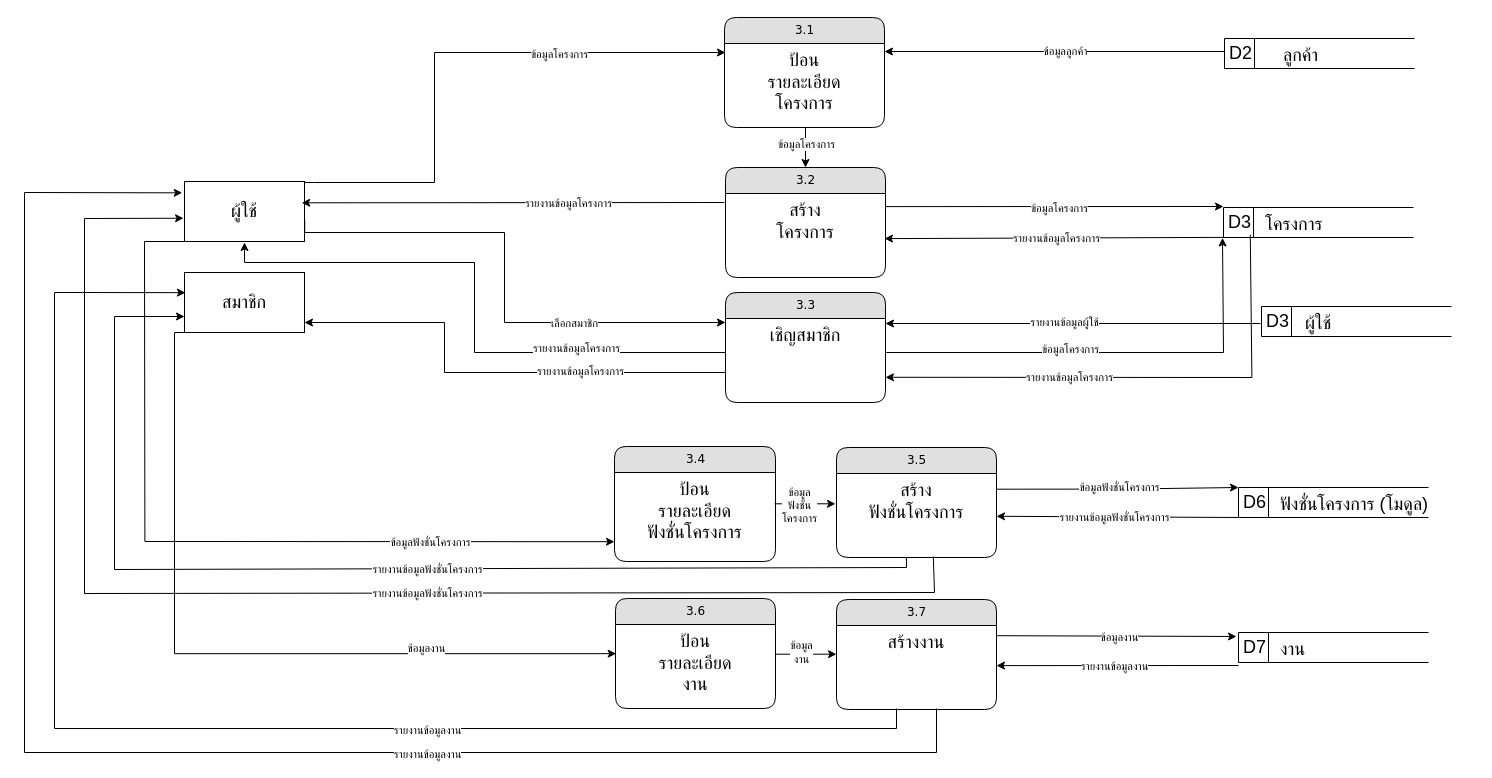
The draw.io diagram dataflow-pms-3.0.drawio in NewSnooker/it-udvc-pms, before the edit. Source tidied: cells renumbered, new cells numbered last; positions are measured from the earlier drawing's top-left corner, leaving out a move shared by most shapes. Both pictures are drawn from the tidied source at 100%, with x=0, y=0 at pixel (24, 17).
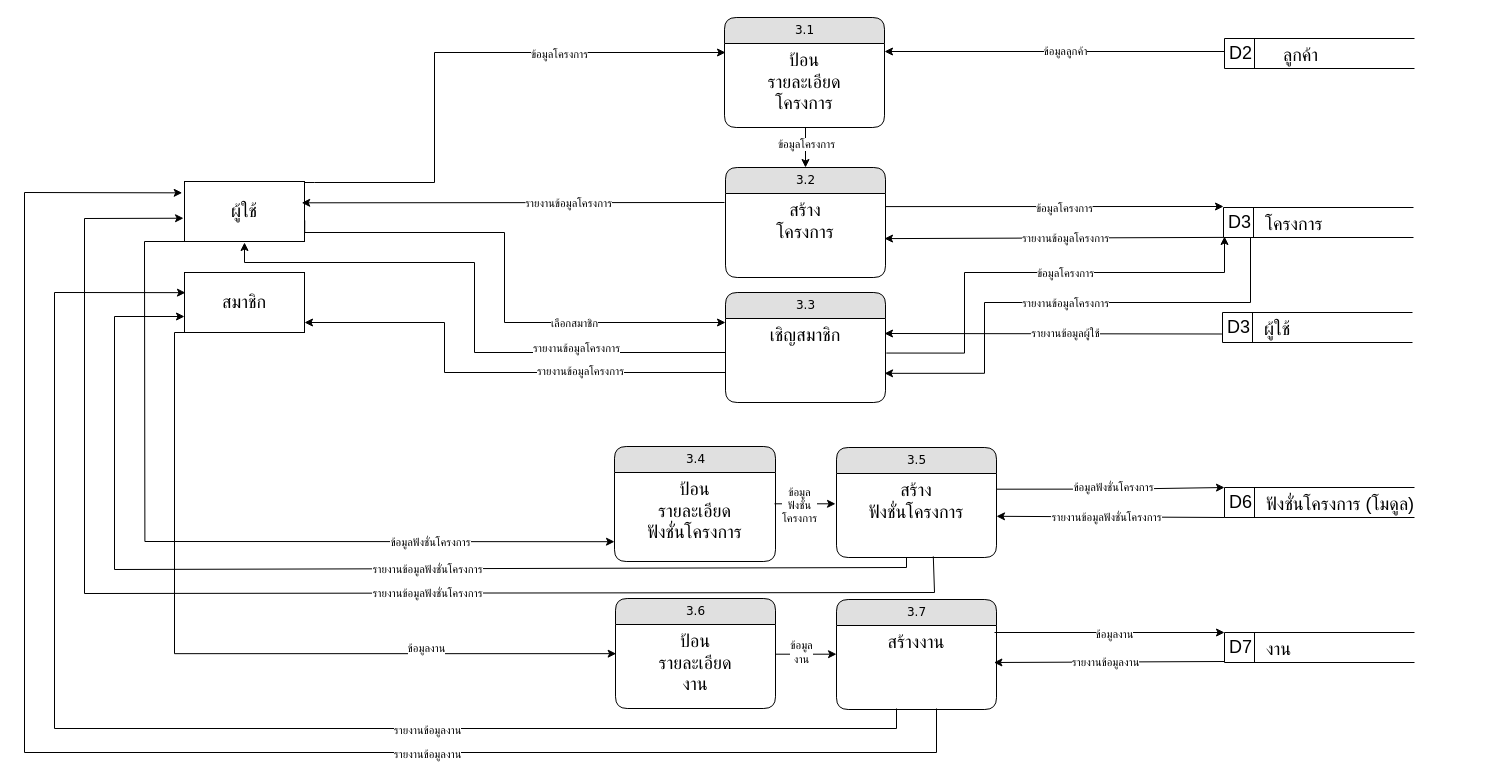
The same diagram, later.

The change refers to these unchanged cells:
```xml
<mxCell id="32" value="&lt;font style=&quot;font-size: 18px;&quot;&gt;D3&lt;/font&gt;" style="html=1;dashed=0;whiteSpace=wrap;shape=mxgraph.dfd.dataStoreID;align=left;spacingLeft=3;points=[[0,0],[0.5,0],[1,0],[0,0.5],[1,0.5],[0,1],[0.5,1],[1,1]];" parent="1" vertex="1">
  <mxGeometry x="1199" y="190" width="190" height="30" as="geometry" />
</mxCell>
<mxCell id="34" style="endArrow=classic;html=1;rounded=0;exitX=0.984;exitY=0.373;exitDx=0;exitDy=0;exitPerimeter=0;" parent="1" edge="1">
  <mxGeometry relative="1" as="geometry">
    <mxPoint x="861" y="189.1" as="sourcePoint" />
    <mxPoint x="1199" y="188.9" as="targetPoint" />
    <Array as="points">
      <mxPoint x="1199" y="189" />
    </Array>
  </mxGeometry>
</mxCell>
<mxCell id="36" style="endArrow=classic;html=1;rounded=0;entryX=1.023;entryY=0.349;entryDx=0;entryDy=0;entryPerimeter=0;" parent="1" edge="1">
  <mxGeometry relative="1" as="geometry">
    <mxPoint x="1199" y="219.9" as="sourcePoint" />
    <mxPoint x="860" y="221.1" as="targetPoint" />
  </mxGeometry>
</mxCell>
<mxCell id="45" value="&lt;span style=&quot;font-size: 18px;&quot;&gt;เชิญสมาชิก&lt;/span&gt;" style="text;html=1;strokeColor=none;fillColor=none;spacingLeft=4;spacingRight=4;whiteSpace=wrap;overflow=hidden;points=[[0,0.5],[1,0.5]];portConstraint=eastwest;align=center;" parent="44" vertex="1">
  <mxGeometry y="26" width="160" height="74" as="geometry" />
</mxCell>
```

What changed in the source:
```diff
@@
     <mxCell id="14" value="&lt;font style=&quot;font-size: 18px;&quot;&gt;D6&lt;/font&gt;" style="html=1;dashed=0;whiteSpace=wrap;shape=mxgraph.dfd.dataStoreID;align=left;spacingLeft=3;points=[[0,0],[0.5,0],[1,0],[0,0.5],[1,0.5],[0,1],[0.5,1],[1,1]];" parent="1" vertex="1">
-      <mxGeometry x="1214" y="470" width="190" height="30" as="geometry" />
+      <mxGeometry x="1200" y="470" width="190" height="30" as="geometry" />
     </mxCell>
     <mxCell id="15" value="&lt;span style=&quot;font-size: 18px; font-weight: 400;&quot;&gt;ฟังชั่นโครงการ (โมดูล)&lt;/span&gt;" style="text;strokeColor=none;fillColor=none;html=1;fontSize=24;fontStyle=1;verticalAlign=middle;align=left;" parent="1" vertex="1">
-      <mxGeometry x="1254" y="470" width="171.5" height="30" as="geometry" />
+      <mxGeometry x="1240" y="470" width="171.5" height="30" as="geometry" />
     </mxCell>
@@
     <mxCell id="35" value="ข้อมูลโครงการ" style="edgeLabel;html=1;align=center;verticalAlign=middle;" parent="34" vertex="1">
       <mxGeometry x="-0.09" relative="1" as="geometry">
-        <mxPoint x="20" y="1" as="offset" />
+        <mxPoint x="25" y="1" as="offset" />
       </mxGeometry>
     </mxCell>
@@
     <mxCell id="37" value="รายงานข้อมูลโครงการ" style="edgeLabel;html=1;align=center;verticalAlign=middle;" parent="36" vertex="1">
       <mxGeometry x="-0.09" relative="1" as="geometry">
-        <mxPoint x="-14" as="offset" />
+        <mxPoint x="-5" as="offset" />
       </mxGeometry>
     </mxCell>
     <mxCell id="38" value="&lt;font style=&quot;font-size: 18px;&quot;&gt;D7&lt;/font&gt;" style="html=1;dashed=0;whiteSpace=wrap;shape=mxgraph.dfd.dataStoreID;align=left;spacingLeft=3;points=[[0,0],[0.5,0],[1,0],[0,0.5],[1,0.5],[0,1],[0.5,1],[1,1]];" parent="1" vertex="1">
-      <mxGeometry x="1214" y="615" width="190" height="30" as="geometry" />
+      <mxGeometry x="1200" y="615" width="190" height="30" as="geometry" />
     </mxCell>
     <mxCell id="39" value="&lt;span style=&quot;font-size: 18px; font-weight: 400;&quot;&gt;งาน&lt;/span&gt;" style="text;strokeColor=none;fillColor=none;html=1;fontSize=24;fontStyle=1;verticalAlign=middle;align=left;" parent="1" vertex="1">
-      <mxGeometry x="1254" y="615" width="171.5" height="30" as="geometry" />
+      <mxGeometry x="1240" y="615" width="171.5" height="30" as="geometry" />
     </mxCell>
-    <mxCell id="40" style="endArrow=classic;html=1;rounded=0;" parent="1" edge="1">
+    <mxCell id="40" style="endArrow=classic;html=1;rounded=0;entryX=0;entryY=0;entryDx=0;entryDy=0;" parent="1" edge="1" target="38">
       <mxGeometry relative="1" as="geometry">
-        <mxPoint x="972" y="618.2" as="sourcePoint" />
-        <mxPoint x="1212" y="618.9" as="targetPoint" />
-        <Array as="points">
-          <mxPoint x="1212" y="619" />
-        </Array>
+        <mxPoint x="970" y="615" as="sourcePoint" />
       </mxGeometry>
     </mxCell>
@@
-    <mxCell id="42" style="endArrow=classic;html=1;rounded=0;entryX=1.023;entryY=0.349;entryDx=0;entryDy=0;entryPerimeter=0;" parent="1" edge="1">
+    <mxCell id="42" style="endArrow=classic;html=1;rounded=0;entryX=1.023;entryY=0.349;entryDx=0;entryDy=0;entryPerimeter=0;exitX=-0.002;exitY=0.752;exitDx=0;exitDy=0;exitPerimeter=0;" parent="1" edge="1">
       <mxGeometry relative="1" as="geometry">
-        <mxPoint x="1214" y="648" as="sourcePoint" />
-        <mxPoint x="972" y="648.1" as="targetPoint" />
+        <mxPoint x="1200" y="644" as="sourcePoint" />
+        <mxPoint x="969.4" y="645" as="targetPoint" />
       </mxGeometry>
     </mxCell>
@@
-    <mxCell id="46" style="endArrow=classic;html=1;rounded=0;exitX=0.141;exitY=0.905;exitDx=0;exitDy=0;exitPerimeter=0;entryX=1.016;entryY=0.457;entryDx=0;entryDy=0;entryPerimeter=0;" parent="1" edge="1" source="32">
+    <mxCell id="46" style="endArrow=classic;html=1;rounded=0;entryX=1.016;entryY=0.457;entryDx=0;entryDy=0;entryPerimeter=0;edgeStyle=orthogonalEdgeStyle;exitX=1.005;exitY=0.467;exitDx=0;exitDy=0;exitPerimeter=0;" parent="1" edge="1" source="45">
       <mxGeometry relative="1" as="geometry">
-        <mxPoint x="861" y="359.8" as="targetPoint" />
+        <mxPoint x="1200" y="219" as="targetPoint" />
         <Array as="points">
-          <mxPoint x="1227.4" y="360" />
+          <mxPoint x="940" y="336" />
+          <mxPoint x="940" y="255" />
+          <mxPoint x="1200" y="255" />
         </Array>
       </mxGeometry>
     </mxCell>
-    <mxCell id="47" value="รายงานข้อมูลโครงการ" style="edgeLabel;html=1;align=center;verticalAlign=middle;" parent="46" vertex="1">
+    <mxCell id="47" value="ข้อมูลโครงการ" style="edgeLabel;html=1;align=center;verticalAlign=middle;" parent="46" vertex="1">
       <mxGeometry x="-0.09" relative="1" as="geometry">
-        <mxPoint x="-94" as="offset" />
+        <mxPoint x="52" as="offset" />
       </mxGeometry>
     </mxCell>
-    <mxCell id="48" style="endArrow=classic;html=1;rounded=0;edgeStyle=orthogonalEdgeStyle;" parent="1" edge="1">
-      <mxGeometry relative="1" as="geometry">
-        <mxPoint x="869" y="335" as="sourcePoint" />
-        <mxPoint x="1198" y="220.5" as="targetPoint" />
-        <Array as="points">
-          <mxPoint x="862" y="335" />
-          <mxPoint x="1199" y="335" />
-          <mxPoint x="1199" y="221" />
-        </Array>
-      </mxGeometry>
-    </mxCell>
-    <mxCell id="49" value="ข้อมูลโครงการ" style="edgeLabel;html=1;align=center;verticalAlign=middle;" parent="48" vertex="1">
-      <mxGeometry x="-0.09" relative="1" as="geometry">
-        <mxPoint x="-19" y="-4" as="offset" />
-      </mxGeometry>
-    </mxCell>
@@
     <mxCell id="73" value="&lt;font style=&quot;font-size: 18px;&quot;&gt;D3&lt;/font&gt;" style="html=1;dashed=0;whiteSpace=wrap;shape=mxgraph.dfd.dataStoreID;align=left;spacingLeft=3;points=[[0,0],[0.5,0],[1,0],[0,0.5],[1,0.5],[0,1],[0.5,1],[1,1]];" parent="1" vertex="1">
-      <mxGeometry x="1237" y="289" width="190" height="30" as="geometry" />
+      <mxGeometry x="1198" y="295" width="190" height="30" as="geometry" />
     </mxCell>
     <mxCell id="74" value="&lt;span style=&quot;font-size: 18px; font-weight: 400;&quot;&gt;ผู้ใช้&lt;/span&gt;" style="text;strokeColor=none;fillColor=none;html=1;fontSize=24;fontStyle=1;verticalAlign=middle;align=left;" parent="1" vertex="1">
-      <mxGeometry x="1279" y="289" width="171.5" height="30" as="geometry" />
+      <mxGeometry x="1238" y="295" width="171.5" height="30" as="geometry" />
     </mxCell>
-    <mxCell id="75" style="edgeStyle=orthogonalEdgeStyle;rounded=0;orthogonalLoop=1;jettySize=auto;html=1;entryX=1;entryY=0.5;entryDx=0;entryDy=0;" parent="1" edge="1">
+    <mxCell id="75" style="edgeStyle=orthogonalEdgeStyle;rounded=0;jettySize=auto;html=1;entryX=1;entryY=0.5;entryDx=0;entryDy=0;exitX=-0.003;exitY=0.717;exitDx=0;exitDy=0;exitPerimeter=0;" parent="1" edge="1" source="73">
       <mxGeometry relative="1" as="geometry">
-        <mxPoint x="1236" y="306" as="sourcePoint" />
-        <mxPoint x="861" y="306" as="targetPoint" />
+        <mxPoint x="860" y="316" as="targetPoint" />
       </mxGeometry>
     </mxCell>
     <mxCell id="76" value="รายงานข้อมูลผู้ใช้" style="edgeLabel;html=1;align=center;verticalAlign=middle;" parent="75" vertex="1">
       <mxGeometry x="0.24" y="2" relative="1" as="geometry">
-        <mxPoint x="36" y="-4" as="offset" />
+        <mxPoint x="52" y="-3" as="offset" />
       </mxGeometry>
     </mxCell>
+    <mxCell id="77" style="endArrow=classic;html=1;rounded=0;entryX=0.994;entryY=0.741;entryDx=0;entryDy=0;entryPerimeter=0;edgeStyle=orthogonalEdgeStyle;" parent="1" edge="1" target="45">
+      <mxGeometry relative="1" as="geometry">
+        <mxPoint x="1226" y="220" as="sourcePoint" />
+        <Array as="points">
+          <mxPoint x="1226" y="285" />
+          <mxPoint x="960" y="285" />
+          <mxPoint x="960" y="356" />
+        </Array>
+      </mxGeometry>
+    </mxCell>
+    <mxCell id="78" value="รายงานข้อมูลโครงการ" style="edgeLabel;html=1;align=center;verticalAlign=middle;" parent="77" vertex="1">
+      <mxGeometry x="-0.09" relative="1" as="geometry">
+        <mxPoint x="-23" as="offset" />
+      </mxGeometry>
+    </mxCell>
```
